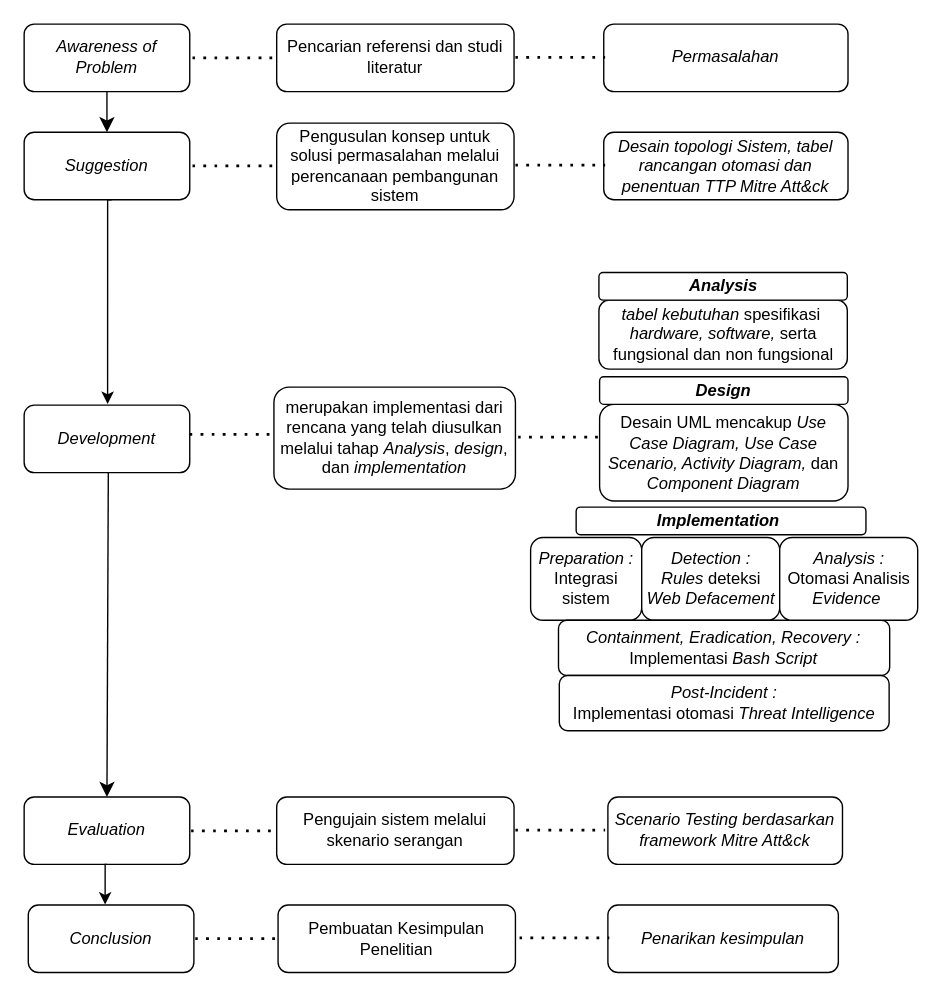
The draw.io diagram page "Halaman-2" (2 of 4) of Diagram Tanpa Judul.drawio in DzidanIsh/Tugas-Akhir, before the edit. Source tidied: cells renumbered, new cells numbered last; positions are measured from the earlier drawing's top-left corner, leaving out a move shared by most shapes. Both pictures are drawn from the tidied source at 138%, with x=0, y=0 at pixel (23, 23).
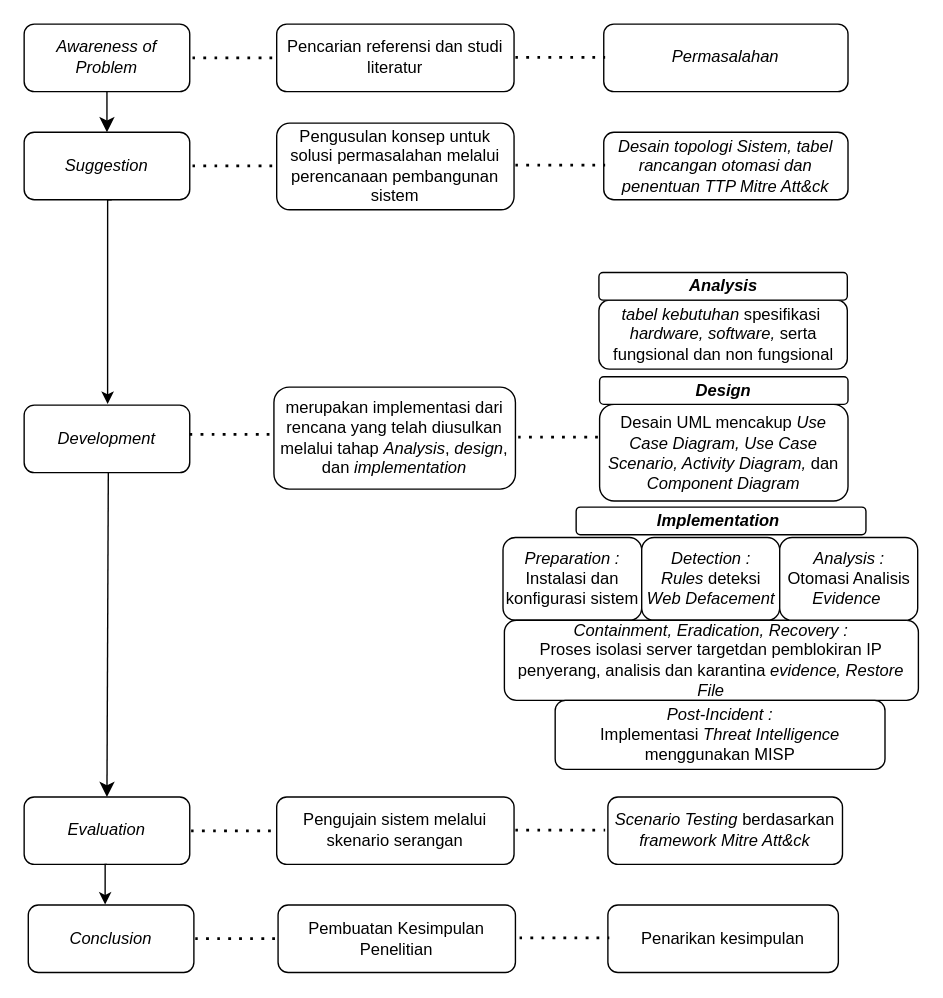
The same diagram, later.

The change refers to these unchanged cells:
```xml
<mxCell id="35" value="&lt;div&gt;&lt;span style=&quot;background-color: transparent;&quot;&gt;&lt;i style=&quot;&quot;&gt;Detection&amp;nbsp;&lt;/i&gt;&lt;/span&gt;&lt;i style=&quot;background-color: transparent; color: light-dark(rgb(0, 0, 0), rgb(255, 255, 255));&quot;&gt;:&lt;/i&gt;&lt;/div&gt;&lt;div&gt;&lt;i&gt;Rules &lt;/i&gt;deteksi &lt;i&gt;Web Defacement&lt;/i&gt;&lt;/div&gt;" style="rounded=1;whiteSpace=wrap;html=1;" parent="32" vertex="1">
  <mxGeometry x="80.5" y="22" width="100" height="60" as="geometry" />
</mxCell>
```

The edit, as a diff of the source:
```diff
@@
-    <mxCell id="23" value="&lt;div&gt;&lt;i&gt;Scenario Testing berdasarkan framework Mitre Att&amp;amp;ck&lt;/i&gt;&lt;/div&gt;" style="rounded=1;whiteSpace=wrap;html=1;" parent="1" vertex="1">
+    <mxCell id="23" value="&lt;div&gt;&lt;i&gt;Scenario Testing &lt;/i&gt;berdasarkan &lt;i&gt;framework Mitre Att&amp;amp;ck&lt;/i&gt;&lt;/div&gt;" style="rounded=1;whiteSpace=wrap;html=1;" parent="1" vertex="1">
       <mxGeometry x="423" y="560" width="170" height="48.9" as="geometry" />
     </mxCell>
-    <mxCell id="24" value="&lt;i&gt;Penarikan kesimpulan&lt;/i&gt;" style="rounded=1;whiteSpace=wrap;html=1;" parent="1" vertex="1">
+    <mxCell id="24" value="Penarikan kesimpulan" style="rounded=1;whiteSpace=wrap;html=1;" parent="1" vertex="1">
       <mxGeometry x="423" y="638.3" width="167" height="48.9" as="geometry" />
     </mxCell>
@@
     <mxCell id="32" style="group;" parent="1" vertex="1">
-      <mxGeometry x="367" y="350" width="280.5" height="162" as="geometry" />
+      <mxGeometry x="367" y="350" width="280.5" height="190" as="geometry" />
     </mxCell>
@@
-    <mxCell id="34" value="&lt;div&gt;&lt;i style=&quot;background-color: transparent; color: light-dark(rgb(0, 0, 0), rgb(255, 255, 255));&quot;&gt;Preparation :&lt;/i&gt;&lt;/div&gt;&lt;div&gt;&lt;span style=&quot;background-color: transparent;&quot;&gt;Integrasi sistem&lt;/span&gt;&lt;/div&gt;" style="rounded=1;whiteSpace=wrap;html=1;" parent="32" vertex="1">
-      <mxGeometry y="22" width="80.5" height="60" as="geometry" />
+    <mxCell id="34" value="&lt;div&gt;&lt;i style=&quot;background-color: transparent; color: light-dark(rgb(0, 0, 0), rgb(255, 255, 255));&quot;&gt;Preparation :&lt;/i&gt;&lt;/div&gt;&lt;div&gt;&lt;span style=&quot;background-color: transparent;&quot;&gt;Instalasi dan konfigurasi sistem&lt;/span&gt;&lt;/div&gt;" style="rounded=1;whiteSpace=wrap;html=1;" parent="32" vertex="1">
+      <mxGeometry x="-20" y="22" width="100.5" height="60" as="geometry" />
     </mxCell>
@@
-    <mxCell id="36" value="&lt;div&gt;&lt;span style=&quot;background-color: transparent;&quot;&gt;&lt;i style=&quot;&quot;&gt;Containment, Eradication, Recovery&lt;/i&gt;&lt;/span&gt;&lt;span style=&quot;background-color: transparent;&quot;&gt;&lt;i&gt;&amp;nbsp;&lt;/i&gt;&lt;/span&gt;&lt;i style=&quot;background-color: transparent; color: light-dark(rgb(0, 0, 0), rgb(255, 255, 255));&quot;&gt;:&lt;/i&gt;&lt;/div&gt;&lt;div&gt;Implementasi &lt;i&gt;Bash Script&lt;/i&gt;&lt;/div&gt;" style="rounded=1;whiteSpace=wrap;html=1;" parent="32" vertex="1">
-      <mxGeometry x="20.2" y="82" width="240" height="40" as="geometry" />
+    <mxCell id="36" value="&lt;div&gt;&lt;span style=&quot;background-color: transparent;&quot;&gt;&lt;i style=&quot;&quot;&gt;Containment, Eradication, Recovery&lt;/i&gt;&lt;/span&gt;&lt;span style=&quot;background-color: transparent;&quot;&gt;&lt;i&gt;&amp;nbsp;&lt;/i&gt;&lt;/span&gt;&lt;i style=&quot;background-color: transparent; color: light-dark(rgb(0, 0, 0), rgb(255, 255, 255));&quot;&gt;:&lt;/i&gt;&lt;/div&gt;&lt;div&gt;Proses isolasi server targetdan pemblokiran IP penyerang, analisis dan karantina &lt;i&gt;evidence, Restore File&lt;/i&gt;&lt;/div&gt;" style="rounded=1;whiteSpace=wrap;html=1;" parent="32" vertex="1">
+      <mxGeometry x="-19" y="82" width="300" height="58" as="geometry" />
     </mxCell>
-    <mxCell id="37" value="&lt;div&gt;&lt;span style=&quot;background-color: transparent;&quot;&gt;&lt;i style=&quot;&quot;&gt;Post-Incident&lt;/i&gt;&lt;/span&gt;&lt;span style=&quot;background-color: transparent;&quot;&gt;&lt;i&gt;&amp;nbsp;&lt;/i&gt;&lt;/span&gt;&lt;i style=&quot;background-color: transparent; color: light-dark(rgb(0, 0, 0), rgb(255, 255, 255));&quot;&gt;:&lt;/i&gt;&lt;/div&gt;&lt;div&gt;Implementasi otomasi &lt;i&gt;Threat Intelligence&lt;/i&gt;&lt;/div&gt;" style="rounded=1;whiteSpace=wrap;html=1;" parent="32" vertex="1">
-      <mxGeometry x="20.8" y="122" width="239" height="40" as="geometry" />
+    <mxCell id="37" value="&lt;div&gt;&lt;span style=&quot;background-color: transparent;&quot;&gt;&lt;i style=&quot;&quot;&gt;Post-Incident&lt;/i&gt;&lt;/span&gt;&lt;span style=&quot;background-color: transparent;&quot;&gt;&lt;i&gt;&amp;nbsp;&lt;/i&gt;&lt;/span&gt;&lt;i style=&quot;background-color: transparent; color: light-dark(rgb(0, 0, 0), rgb(255, 255, 255));&quot;&gt;:&lt;/i&gt;&lt;/div&gt;&lt;div&gt;Implementasi &lt;i&gt;Threat Intelligence &lt;/i&gt;menggunakan MISP&lt;/div&gt;" style="rounded=1;whiteSpace=wrap;html=1;" parent="32" vertex="1">
+      <mxGeometry x="17.8" y="140" width="239" height="50" as="geometry" />
     </mxCell>
@@
-    <mxCell id="39" style="edgeStyle=orthogonalEdgeStyle;rounded=0;orthogonalLoop=1;jettySize=auto;html=1;exitX=0.5;exitY=1;exitDx=0;exitDy=0;" parent="32" edge="1" source="35" target="35">
-      <mxGeometry relative="1" as="geometry" />
+    <mxCell id="39" style="edgeStyle=orthogonalEdgeStyle;rounded=0;orthogonalLoop=1;jettySize=auto;html=1;exitX=0.5;exitY=1;exitDx=0;exitDy=0;" parent="32" edge="1">
+      <mxGeometry relative="1" as="geometry">
+        <mxPoint x="131.5" y="82" as="sourcePoint" />
+        <mxPoint x="131.5" y="82" as="targetPoint" />
+      </mxGeometry>
     </mxCell>
```
